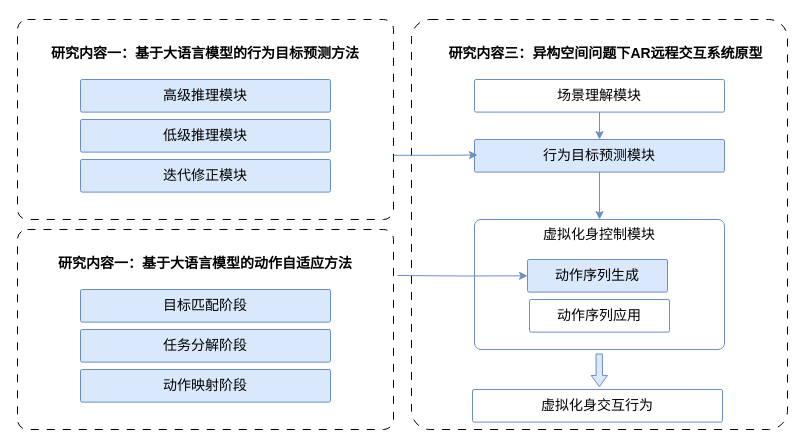
Earlier version of the draw.io diagram 研究内容架构.drawio (Rinco1018/project_test). Source tidied: cells renumbered, new cells numbered last; positions are measured from the earlier drawing's top-left corner, leaving out a move shared by most shapes. Both pictures are drawn from the tidied source at 100%, with x=0, y=0 at pixel (17, 19).
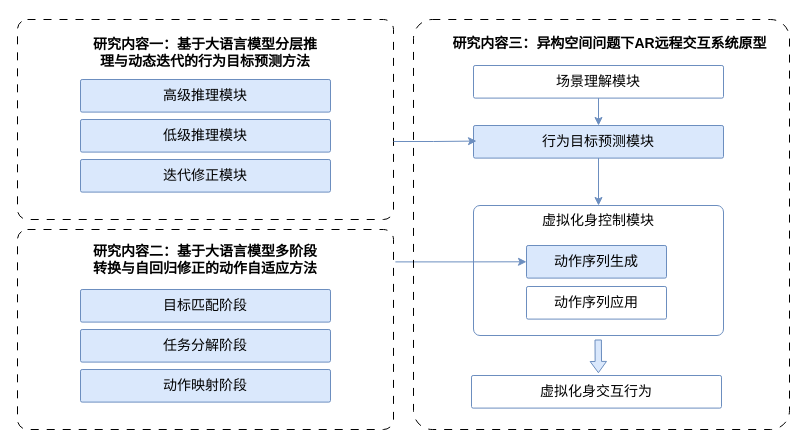
The same diagram, later.

Commit message:
更新研究内容架构.drawio

The change refers to these unchanged cells:
```xml
<mxCell id="2" style="rounded=1;arcSize=5;whiteSpace=wrap;html=1;dashed=1;dashPattern=8 8;fillColor=none;" parent="1" vertex="1">
  <mxGeometry width="376" height="200" as="geometry" />
</mxCell>
<mxCell id="8" style="rounded=1;arcSize=5;whiteSpace=wrap;html=1;dashed=1;dashPattern=8 8;fillColor=none;" parent="1" vertex="1">
  <mxGeometry y="210" width="376" height="200" as="geometry" />
</mxCell>
```

Change to the diagram source:
```diff
@@
-    <mxCell id="3" value="&lt;font style=&quot;font-size: 14px;&quot;&gt;&lt;b style=&quot;&quot;&gt;&lt;span&gt;&lt;br&gt;&lt;span style=&quot;font-family: Helvetica; font-style: normal; font-variant-ligatures: normal; font-variant-caps: normal; letter-spacing: normal; orphans: 2; text-align: center; text-indent: 0px; text-transform: none; widows: 2; word-spacing: 0px; -webkit-text-stroke-width: 0px; white-space: normal; text-decoration-thickness: initial; text-decoration-style: initial; text-decoration-color: initial; float: none; display: inline !important;&quot;&gt;研究内容一：基于大语言模型的行为目标预测方法&lt;/span&gt;&lt;/span&gt;&lt;br&gt;&lt;/b&gt;&lt;/font&gt;" style="text;html=1;align=center;verticalAlign=middle;whiteSpace=wrap;rounded=0;fontColor=default;" parent="1" vertex="1">
-      <mxGeometry x="33" y="10" width="310" height="30" as="geometry" />
+    <mxCell id="3" value="&lt;font style=&quot;font-size: 14px;&quot;&gt;&lt;b style=&quot;&quot;&gt;&lt;span&gt;&lt;br&gt;&lt;span style=&quot;font-family: Helvetica; font-style: normal; font-variant-ligatures: normal; font-variant-caps: normal; letter-spacing: normal; orphans: 2; text-align: center; text-indent: 0px; text-transform: none; widows: 2; word-spacing: 0px; -webkit-text-stroke-width: 0px; white-space: normal; text-decoration-thickness: initial; text-decoration-style: initial; text-decoration-color: initial; float: none; display: inline !important;&quot;&gt;研究内容一：基于大语言模型分层推理与动态迭代的行为目标预测方法&lt;/span&gt;&lt;/span&gt;&lt;br&gt;&lt;/b&gt;&lt;/font&gt;" style="text;html=1;align=center;verticalAlign=middle;whiteSpace=wrap;rounded=0;fontColor=default;" parent="1" vertex="1">
+      <mxGeometry x="72" y="10" width="232" height="30" as="geometry" />
     </mxCell>
@@
-    <mxCell id="7" style="edgeStyle=orthogonalEdgeStyle;rounded=0;jettySize=auto;html=1;fillColor=#dae8fc;strokeColor=#6c8ebf;" parent="1" edge="1" target="20">
-      <mxGeometry relative="1" as="geometry">
-        <mxPoint x="380" y="256" as="sourcePoint" />
-      </mxGeometry>
+    <mxCell id="7" style="edgeStyle=orthogonalEdgeStyle;rounded=0;jettySize=auto;html=1;fillColor=#dae8fc;strokeColor=#6c8ebf;exitX=1.005;exitY=0.162;exitDx=0;exitDy=0;exitPerimeter=0;" parent="1" edge="1" source="8" target="20">
+      <mxGeometry relative="1" as="geometry" />
     </mxCell>
@@
-    <mxCell id="9" value="&lt;font style=&quot;font-size: 14px;&quot;&gt;&lt;b style=&quot;&quot;&gt;&lt;span&gt;&lt;br&gt;&lt;span style=&quot;font-family: Helvetica; font-style: normal; font-variant-ligatures: normal; font-variant-caps: normal; letter-spacing: normal; orphans: 2; text-align: center; text-indent: 0px; text-transform: none; widows: 2; word-spacing: 0px; -webkit-text-stroke-width: 0px; white-space: normal; text-decoration-thickness: initial; text-decoration-style: initial; text-decoration-color: initial; float: none; display: inline !important;&quot;&gt;研究内容一：基于大语言模型的动作自适应方法&lt;/span&gt;&lt;/span&gt;&lt;br&gt;&lt;/b&gt;&lt;/font&gt;" style="text;html=1;align=center;verticalAlign=middle;whiteSpace=wrap;rounded=0;fontColor=default;" parent="1" vertex="1">
-      <mxGeometry x="33" y="220" width="310" height="30" as="geometry" />
+    <mxCell id="9" value="&lt;font style=&quot;font-size: 14px;&quot;&gt;&lt;b style=&quot;&quot;&gt;&lt;span&gt;&lt;br&gt;&lt;span style=&quot;font-family: Helvetica; font-style: normal; font-variant-ligatures: normal; font-variant-caps: normal; letter-spacing: normal; orphans: 2; text-align: center; text-indent: 0px; text-transform: none; widows: 2; word-spacing: 0px; -webkit-text-stroke-width: 0px; white-space: normal; text-decoration-thickness: initial; text-decoration-style: initial; text-decoration-color: initial; float: none; display: inline !important;&quot;&gt;研究内容二：基于大语言模型多阶段转换与自回归修正的动作自适应方法&lt;/span&gt;&lt;/span&gt;&lt;br&gt;&lt;/b&gt;&lt;/font&gt;" style="text;html=1;align=center;verticalAlign=middle;whiteSpace=wrap;rounded=0;fontColor=default;" parent="1" vertex="1">
+      <mxGeometry x="69" y="217" width="238" height="30" as="geometry" />
     </mxCell>
@@
     <mxCell id="13" style="rounded=1;arcSize=5;whiteSpace=wrap;html=1;dashed=1;dashPattern=8 8;fillColor=none;" parent="1" vertex="1">
-      <mxGeometry x="394" width="376" height="410" as="geometry" />
+      <mxGeometry x="396" width="376" height="410" as="geometry" />
     </mxCell>
     <mxCell id="14" value="&lt;font style=&quot;&quot;&gt;&lt;font style=&quot;font-size: 14px;&quot;&gt;&lt;b style=&quot;&quot;&gt;&lt;br&gt;&lt;span style=&quot;font-family: Helvetica; font-style: normal; font-variant-ligatures: normal; font-variant-caps: normal; letter-spacing: normal; orphans: 2; text-align: center; text-indent: 0px; text-transform: none; widows: 2; word-spacing: 0px; -webkit-text-stroke-width: 0px; white-space: normal; text-decoration-thickness: initial; text-decoration-style: initial; text-decoration-color: initial; float: none; display: inline !important;&quot;&gt;研究内容三：&lt;/span&gt;&lt;/b&gt;&lt;font style=&quot;&quot; face=&quot;Helvetica&quot;&gt;&lt;b style=&quot;&quot;&gt;异构空间问题下&lt;span style=&quot;line-height: 120%;&quot; lang=&quot;EN-US&quot;&gt;AR&lt;/span&gt;&lt;span style=&quot;line-height: 120%;&quot;&gt;远程交互系统原型&lt;/span&gt;&lt;/b&gt;&lt;/font&gt;&lt;/font&gt;&lt;b style=&quot;font-size: 14px;&quot;&gt;&lt;br&gt;&lt;/b&gt;&lt;/font&gt;" style="text;html=1;align=center;verticalAlign=middle;whiteSpace=wrap;rounded=0;fontColor=default;" parent="1" vertex="1">
-      <mxGeometry x="427" y="10" width="323" height="30" as="geometry" />
+      <mxGeometry x="431" width="323" height="30" as="geometry" />
     </mxCell>
     <mxCell id="15" value="&lt;font style=&quot;font-size: 14px;&quot;&gt;场景理解模块&lt;/font&gt;" style="rounded=1;arcSize=5;whiteSpace=wrap;html=1;fillColor=none;strokeColor=#6c8ebf;" parent="1" vertex="1">
-      <mxGeometry x="457" y="60" width="250" height="32.6" as="geometry" />
+      <mxGeometry x="456" y="46" width="250" height="32.6" as="geometry" />
     </mxCell>
@@
     <mxCell id="17" value="&lt;font style=&quot;font-size: 14px;&quot;&gt;行为目标预测模块&lt;/font&gt;" style="rounded=1;arcSize=5;whiteSpace=wrap;html=1;fillColor=#dae8fc;strokeColor=#6c8ebf;" parent="1" vertex="1">
-      <mxGeometry x="457" y="120" width="250" height="32.6" as="geometry" />
+      <mxGeometry x="456" y="106" width="250" height="32.6" as="geometry" />
     </mxCell>
     <mxCell id="18" style="rounded=1;arcSize=5;whiteSpace=wrap;html=1;fillColor=none;strokeColor=#6c8ebf;gradientColor=none;" parent="1" vertex="1">
-      <mxGeometry x="457" y="200" width="250" height="130" as="geometry" />
+      <mxGeometry x="456" y="186" width="250" height="130" as="geometry" />
     </mxCell>
     <mxCell id="19" value="&lt;span style=&quot;font-size: 14px;&quot;&gt;虚拟化身控制模块&lt;/span&gt;" style="text;html=1;align=center;verticalAlign=middle;whiteSpace=wrap;rounded=0;" parent="1" vertex="1">
-      <mxGeometry x="477" y="200" width="210" height="30" as="geometry" />
+      <mxGeometry x="476" y="186" width="210" height="30" as="geometry" />
     </mxCell>
     <mxCell id="20" value="&lt;font style=&quot;font-size: 14px;&quot;&gt;动作序列生成&lt;/font&gt;" style="rounded=1;arcSize=5;whiteSpace=wrap;html=1;fillColor=#dae8fc;strokeColor=#6c8ebf;" parent="1" vertex="1">
-      <mxGeometry x="510" y="240" width="140" height="32.6" as="geometry" />
+      <mxGeometry x="509" y="226" width="140" height="32.6" as="geometry" />
     </mxCell>
     <mxCell id="21" value="&lt;font style=&quot;font-size: 14px;&quot;&gt;动作序列应用&lt;/font&gt;" style="rounded=1;arcSize=5;whiteSpace=wrap;html=1;fillColor=none;strokeColor=#6c8ebf;" parent="1" vertex="1">
-      <mxGeometry x="512" y="280" width="140" height="32.6" as="geometry" />
+      <mxGeometry x="509" y="267" width="140" height="32.6" as="geometry" />
     </mxCell>
     <mxCell id="22" style="shape=flexArrow;endArrow=classic;html=1;rounded=0;width=6.4;endSize=3.4159999999999995;endWidth=8.959999999999999;fillColor=#dae8fc;strokeColor=#6c8ebf;" parent="1" edge="1">
       <mxGeometry relative="1" as="geometry">
-        <mxPoint x="581.7" y="334" as="sourcePoint" />
-        <mxPoint x="581.9" y="367.7" as="targetPoint" />
+        <mxPoint x="580.7" y="320" as="sourcePoint" />
+        <mxPoint x="580.9" y="353.7" as="targetPoint" />
       </mxGeometry>
     </mxCell>
@@
-    <mxCell id="24" style="edgeStyle=orthogonalEdgeStyle;rounded=0;jettySize=auto;html=1;entryX=0.012;entryY=0.478;entryDx=0;entryDy=0;entryPerimeter=0;exitX=1.001;exitY=0.679;exitDx=0;exitDy=0;exitPerimeter=0;fillColor=#dae8fc;strokeColor=#6c8ebf;" parent="1" edge="1" source="2" target="17">
+    <mxCell id="24" style="edgeStyle=orthogonalEdgeStyle;rounded=0;jettySize=auto;html=1;entryX=0.012;entryY=0.478;entryDx=0;entryDy=0;entryPerimeter=0;exitX=1;exitY=0.61;exitDx=0;exitDy=0;exitPerimeter=0;fillColor=#dae8fc;strokeColor=#6c8ebf;" parent="1" edge="1" source="2" target="17">
       <mxGeometry relative="1" as="geometry" />
     </mxCell>
     <mxCell id="25" value="&lt;span style=&quot;font-size: 14px;&quot;&gt;虚拟化身交互行为&lt;/span&gt;" style="rounded=1;arcSize=5;whiteSpace=wrap;html=1;fillColor=none;strokeColor=#6c8ebf;" parent="1" vertex="1">
-      <mxGeometry x="455" y="370" width="250" height="32.6" as="geometry" />
+      <mxGeometry x="454" y="356" width="250" height="32.6" as="geometry" />
     </mxCell>
```
